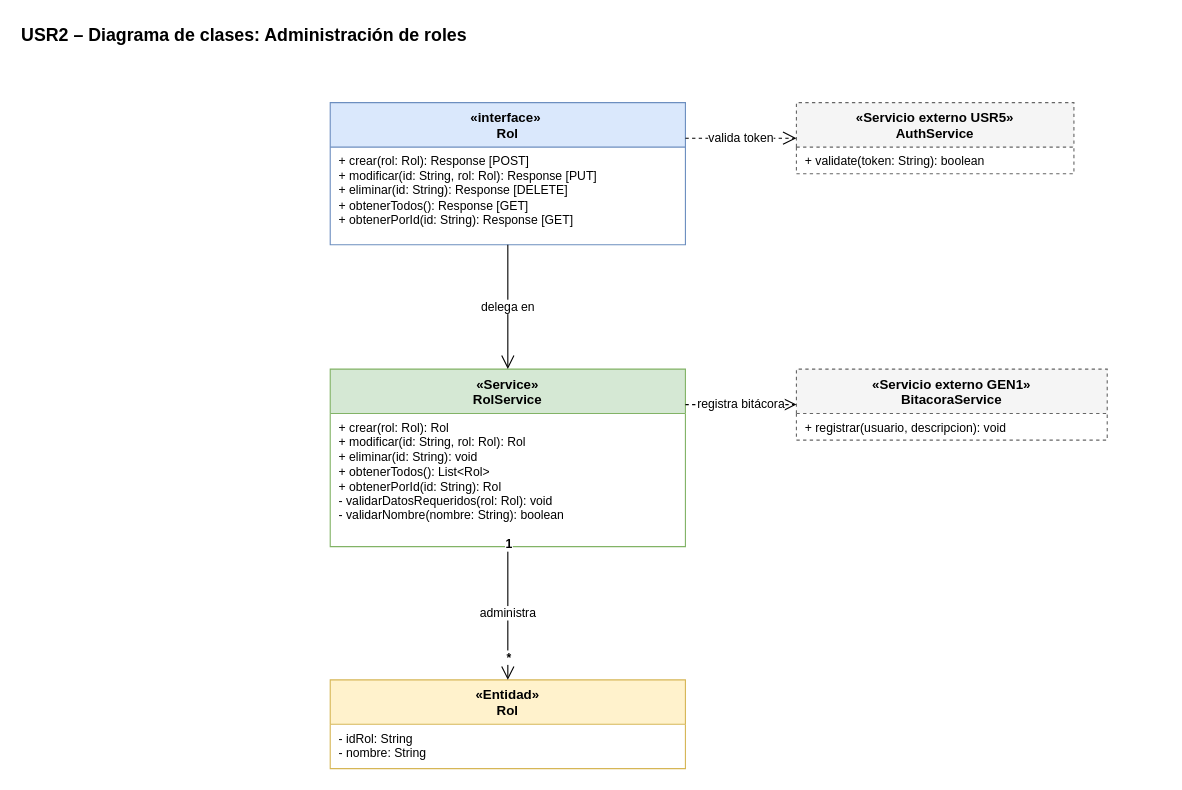
AskingManCode/MetaU keeps this draw.io diagram as Documentacion/Diagramas Generales/Clases/Microservicios/DiagramaClases-Roles.drawio. Above is the earlier version. Source tidied: cells renumbered, new cells numbered last; positions are measured from the earlier drawing's top-left corner, leaving out a move shared by most shapes. Both pictures are drawn from the tidied source at 111%, with x=0, y=0 at pixel (19, 19).
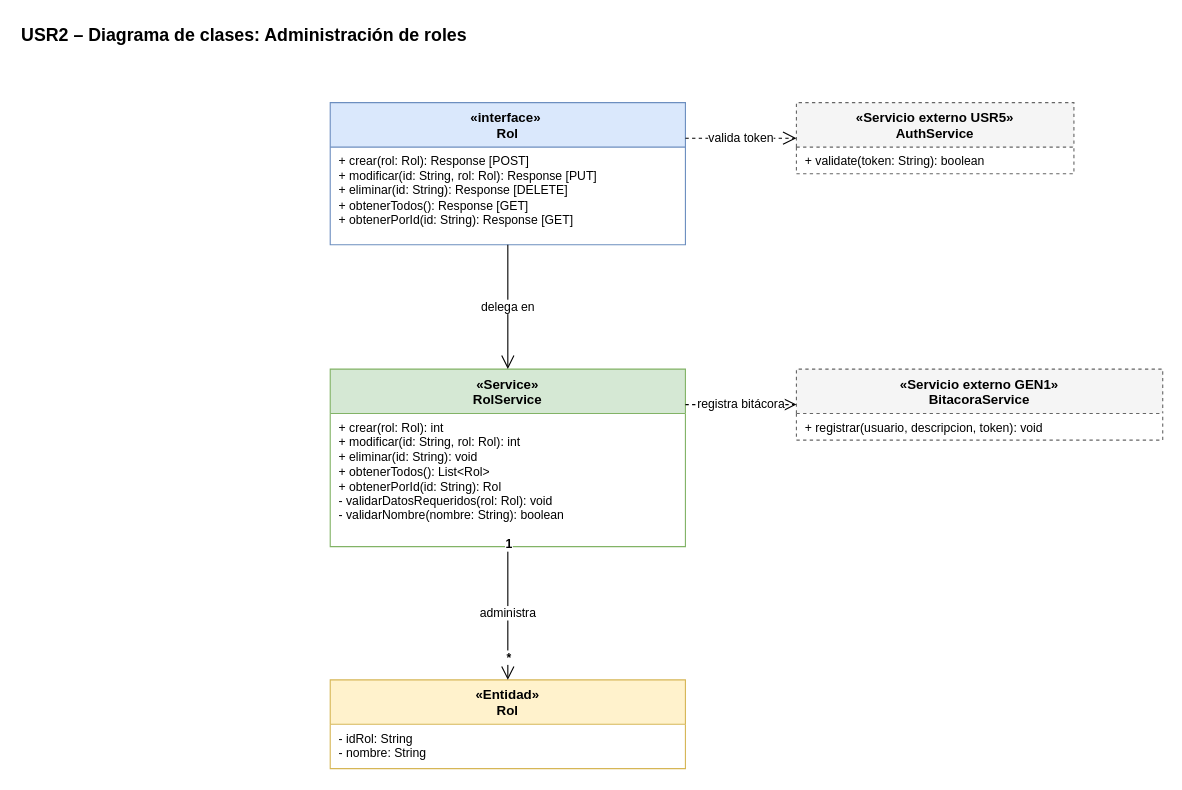
After the change.

The change refers to these unchanged cells:
```xml
<mxCell id="7" value="«Service»&#10;RolService" style="swimlane;fontStyle=1;align=center;startSize=40;html=0;horizontal=1;fontSize=12;fillColor=#d5e8d4;strokeColor=#82b366;swimlaneFillColor=#ffffff;" parent="1" vertex="1">
  <mxGeometry x="280" y="315" width="320" height="160" as="geometry" />
</mxCell>
```

Diff of the diagram source:
```diff
@@
-    <mxCell id="8" value="+ crear(rol: Rol): Rol&#10;+ modificar(id: String, rol: Rol): Rol&#10;+ eliminar(id: String): void&#10;+ obtenerTodos(): List&lt;Rol&gt;&#10;+ obtenerPorId(id: String): Rol&#10;- validarDatosRequeridos(rol: Rol): void&#10;- validarNombre(nombre: String): boolean" style="text;strokeColor=none;fillColor=none;align=left;verticalAlign=top;spacingLeft=6;spacingRight=4;overflow=hidden;whiteSpace=wrap;html=0;fontSize=11;" parent="7" vertex="1">
+    <mxCell id="8" value="+ crear(rol: Rol): int&#10;+ modificar(id: String, rol: Rol): int&#10;+ eliminar(id: String): void&#10;+ obtenerTodos(): List&lt;Rol&gt;&#10;+ obtenerPorId(id: String): Rol&#10;- validarDatosRequeridos(rol: Rol): void&#10;- validarNombre(nombre: String): boolean" style="text;strokeColor=none;fillColor=none;align=left;verticalAlign=top;spacingLeft=6;spacingRight=4;overflow=hidden;whiteSpace=wrap;html=0;fontSize=11;" parent="7" vertex="1">
       <mxGeometry y="40" width="320" height="120" as="geometry" />
     </mxCell>
     <mxCell id="9" value="«Servicio externo GEN1»&#10;BitacoraService" style="swimlane;fontStyle=1;align=center;startSize=40;html=0;horizontal=1;fontSize=12;fillColor=#f5f5f5;strokeColor=#666666;dashed=1;swimlaneFillColor=#ffffff;" parent="1" vertex="1">
-      <mxGeometry x="700" y="315" width="280" height="64" as="geometry" />
+      <mxGeometry x="700" y="315" width="330" height="64" as="geometry" />
     </mxCell>
-    <mxCell id="10" value="+ registrar(usuario, descripcion): void" style="text;strokeColor=none;fillColor=none;align=left;verticalAlign=top;spacingLeft=6;spacingRight=4;overflow=hidden;whiteSpace=wrap;html=0;fontSize=11;" parent="9" vertex="1">
-      <mxGeometry y="40" width="280" height="24" as="geometry" />
+    <mxCell id="10" value="+ registrar(usuario, descripcion, token): void" style="text;strokeColor=none;fillColor=none;align=left;verticalAlign=top;spacingLeft=6;spacingRight=4;overflow=hidden;whiteSpace=wrap;html=0;fontSize=11;" parent="9" vertex="1">
+      <mxGeometry y="40" width="330" height="24" as="geometry" />
     </mxCell>
```
